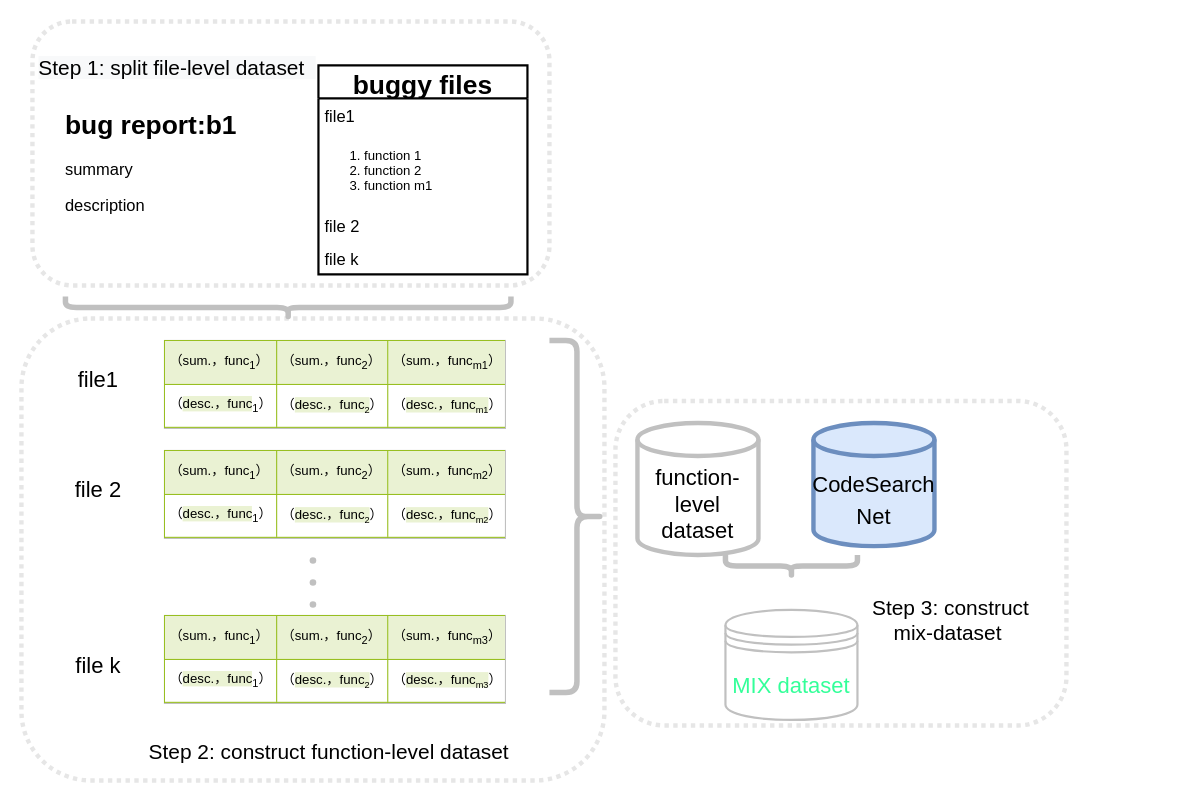
Earlier version of the draw.io diagram 小论文MIX数据集构造策略.drawio (hangdj/BERT-PLI-IJCAI2020). Source tidied: cells renumbered, new cells numbered last; positions are measured from the earlier drawing's top-left corner, leaving out a move shared by most shapes. Both pictures are drawn from the tidied source at 110%, with x=0, y=0 at pixel (21, 21).
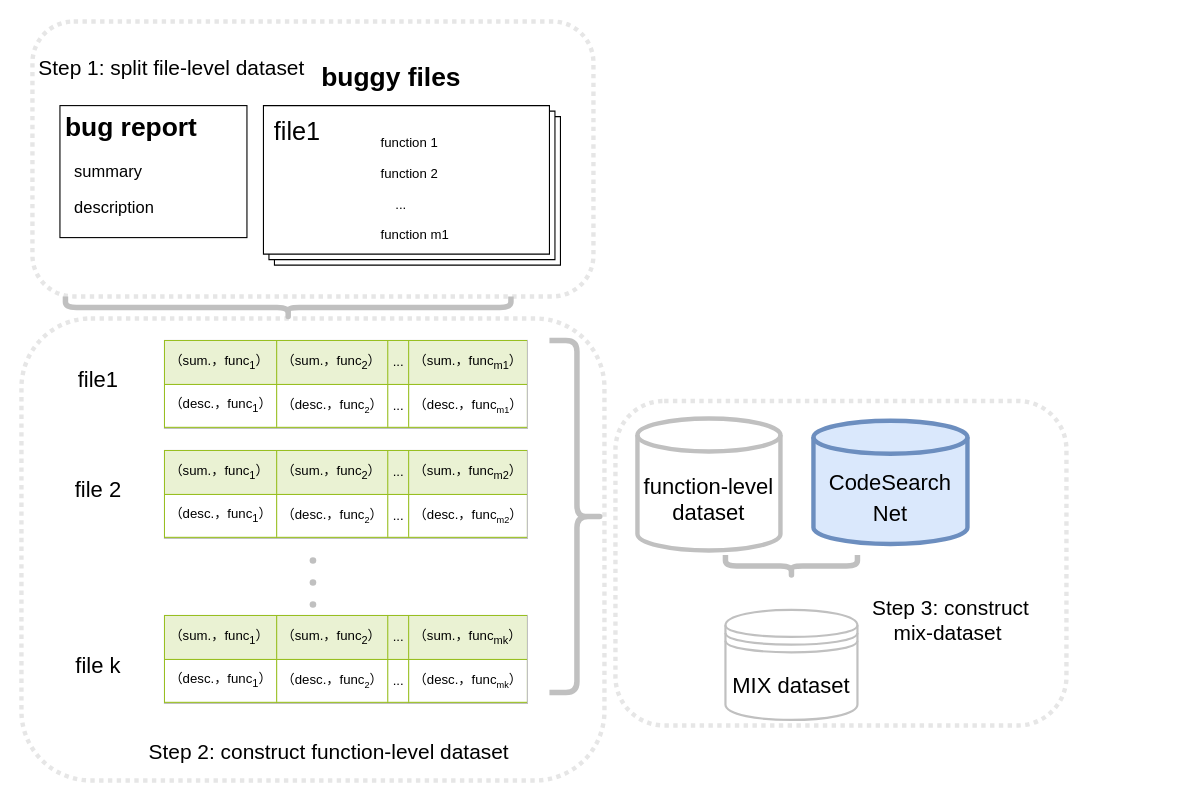
The same diagram, later.

Commit message:
Update 小论文MIX数据集构造策略.drawio

The edit, as a diff of the source:
```diff
@@
     <mxCell id="4" style="rounded=1;whiteSpace=wrap;html=1;fontSize=19;strokeWidth=4;dashed=1;dashPattern=1 1;strokeColor=#E6E6E6;" parent="1" vertex="1">
-      <mxGeometry x="10" width="470" height="240" as="geometry" />
+      <mxGeometry x="10" width="510" height="250" as="geometry" />
     </mxCell>
-    <mxCell id="5" value="&lt;h1&gt;bug report:b1&lt;/h1&gt;&lt;p style=&quot;font-size: 15px&quot;&gt;&lt;font style=&quot;font-size: 15px&quot;&gt;summary&lt;/font&gt;&lt;/p&gt;&lt;p style=&quot;font-size: 15px&quot;&gt;&lt;font style=&quot;font-size: 15px&quot;&gt;description&lt;/font&gt;&lt;/p&gt;" style="text;html=1;strokeColor=none;fillColor=none;spacing=5;spacingTop=-20;whiteSpace=wrap;overflow=hidden;rounded=0;" parent="1" vertex="1">
-      <mxGeometry x="35" y="75" width="170" height="120" as="geometry" />
+    <mxCell id="5" value="&lt;h1&gt;bug report&lt;/h1&gt;&lt;p style=&quot;font-size: 15px&quot;&gt;&lt;font style=&quot;font-size: 15px&quot;&gt;&amp;nbsp; summary&lt;/font&gt;&lt;/p&gt;&lt;p style=&quot;font-size: 15px&quot;&gt;&lt;font style=&quot;font-size: 15px&quot;&gt;&amp;nbsp; description&lt;/font&gt;&lt;/p&gt;" style="text;html=1;strokeColor=default;fillColor=none;spacing=5;spacingTop=-20;whiteSpace=wrap;overflow=hidden;rounded=0;" parent="1" vertex="1">
+      <mxGeometry x="35" y="76.5" width="170" height="120" as="geometry" />
     </mxCell>
-    <mxCell id="6" value="buggy files" style="swimlane;fontStyle=1;horizontal=1;startSize=30;fontSize=24;strokeWidth=2;" parent="1" vertex="1">
-      <mxGeometry x="270" y="40" width="190" height="190" as="geometry" />
-    </mxCell>
-    <mxCell id="7" value="file1" style="text;strokeColor=none;fillColor=none;align=left;verticalAlign=middle;spacingLeft=4;spacingRight=4;overflow=hidden;fontSize=15;" parent="6" vertex="1">
-      <mxGeometry y="30" width="190" height="30" as="geometry" />
-    </mxCell>
-    <mxCell id="8" value="&lt;ol&gt;&lt;li&gt;function 1&lt;/li&gt;&lt;li&gt;&lt;span&gt;function 2&lt;/span&gt;&lt;br&gt;&lt;/li&gt;&lt;li&gt;&lt;span&gt;function m1&lt;/span&gt;&lt;br&gt;&lt;/li&gt;&lt;/ol&gt;" style="text;strokeColor=none;fillColor=none;html=1;whiteSpace=wrap;verticalAlign=middle;overflow=hidden;rounded=0;fontFamily=Helvetica;fontSize=12;fontColor=default;" parent="6" vertex="1">
-      <mxGeometry y="60" width="190" height="70" as="geometry" />
-    </mxCell>
-    <mxCell id="9" value="file 2" style="text;strokeColor=none;fillColor=none;align=left;verticalAlign=middle;spacingLeft=4;spacingRight=4;overflow=hidden;fontSize=15;" parent="6" vertex="1">
-      <mxGeometry y="130" width="190" height="30" as="geometry" />
-    </mxCell>
-    <mxCell id="10" value="file k" style="text;strokeColor=none;fillColor=none;align=left;verticalAlign=middle;spacingLeft=4;spacingRight=4;overflow=hidden;fontSize=15;" parent="6" vertex="1">
-      <mxGeometry y="160" width="190" height="30" as="geometry" />
-    </mxCell>
-    <mxCell id="11" value="&lt;table border=&quot;1&quot; width=&quot;100%&quot; cellpadding=&quot;4&quot; style=&quot;width: 100% ; height: 100% ; border-collapse: collapse&quot;&gt;&lt;tbody&gt;&lt;tr style=&quot;background-color: #eaf2d3 ; border: 1px solid #98bf21&quot;&gt;&lt;td&gt;（sum.，func&lt;sub&gt;1&lt;/sub&gt;）&lt;/td&gt;&lt;td&gt;（sum.，func&lt;sub&gt;2&lt;/sub&gt;）&lt;br&gt;&lt;/td&gt;&lt;td&gt;（sum.，func&lt;sub&gt;m1&lt;/sub&gt;）&lt;br&gt;&lt;/td&gt;&lt;/tr&gt;&lt;tr style=&quot;border: 1px solid #98bf21&quot;&gt;&lt;td&gt;（&lt;span style=&quot;background-color: rgb(234 , 242 , 211)&quot;&gt;desc.，func&lt;/span&gt;&lt;sub&gt;1&lt;/sub&gt;）&lt;/td&gt;&lt;td&gt;（&lt;span style=&quot;background-color: rgb(234 , 242 , 211)&quot;&gt;desc.，func&lt;span style=&quot;font-size: 10px&quot;&gt;&lt;sub&gt;2&lt;/sub&gt;&lt;/span&gt;&lt;/span&gt;）&lt;br&gt;&lt;/td&gt;&lt;td&gt;（&lt;span style=&quot;background-color: rgb(234 , 242 , 211)&quot;&gt;desc.，func&lt;span style=&quot;font-size: 10px&quot;&gt;&lt;sub&gt;m1&lt;/sub&gt;&lt;/span&gt;&lt;/span&gt;）&lt;br&gt;&lt;/td&gt;&lt;/tr&gt;&lt;/tbody&gt;&lt;/table&gt;" style="text;html=1;strokeColor=#c0c0c0;fillColor=#ffffff;overflow=fill;rounded=0;flipV=0;flipH=1;" parent="1" vertex="1">
-      <mxGeometry x="130" y="290" width="310" height="80" as="geometry" />
+    <mxCell id="11" value="&lt;table border=&quot;1&quot; width=&quot;100%&quot; cellpadding=&quot;4&quot; style=&quot;width: 100% ; height: 100% ; border-collapse: collapse&quot;&gt;&lt;tbody&gt;&lt;tr style=&quot;background-color: #eaf2d3 ; border: 1px solid #98bf21&quot;&gt;&lt;td&gt;（sum.，func&lt;sub&gt;1&lt;/sub&gt;）&lt;/td&gt;&lt;td&gt;（sum.，func&lt;sub&gt;2&lt;/sub&gt;）&lt;br&gt;&lt;/td&gt;&lt;td&gt;...&lt;/td&gt;&lt;td&gt;（sum.，func&lt;sub&gt;m1&lt;/sub&gt;）&lt;br&gt;&lt;/td&gt;&lt;/tr&gt;&lt;tr style=&quot;border: 1px solid #98bf21&quot;&gt;&lt;td&gt;（desc.，func&lt;sub&gt;1&lt;/sub&gt;）&lt;/td&gt;&lt;td&gt;（desc.，func&lt;span style=&quot;font-size: 10px&quot;&gt;&lt;sub&gt;2&lt;/sub&gt;&lt;/span&gt;）&lt;br&gt;&lt;/td&gt;&lt;td&gt;...&lt;br&gt;&lt;/td&gt;&lt;td&gt;（desc.，func&lt;span style=&quot;font-size: 10px&quot;&gt;&lt;sub&gt;m1&lt;/sub&gt;&lt;/span&gt;）&lt;br&gt;&lt;/td&gt;&lt;/tr&gt;&lt;/tbody&gt;&lt;/table&gt;" style="text;html=1;strokeColor=#c0c0c0;fillColor=#ffffff;overflow=fill;rounded=0;flipV=0;flipH=1;" parent="1" vertex="1">
+      <mxGeometry x="130" y="290" width="330" height="80" as="geometry" />
     </mxCell>
@@
     <mxCell id="20" value="&lt;font style=&quot;font-size: 20px&quot;&gt;function-level dataset&lt;/font&gt;" style="shape=cylinder3;whiteSpace=wrap;html=1;boundedLbl=1;backgroundOutline=1;size=15;rounded=0;fontFamily=Helvetica;fontSize=12;fontColor=default;strokeColor=#c0c0c0;strokeWidth=4;fillColor=#ffffff;gradientColor=none;" parent="1" vertex="1">
-      <mxGeometry x="560" y="365" width="110" height="120" as="geometry" />
+      <mxGeometry x="560" y="361" width="130" height="120" as="geometry" />
     </mxCell>
     <mxCell id="21" value="&lt;font style=&quot;font-size: 20px&quot;&gt;CodeSearch&lt;br&gt;Net&lt;/font&gt;" style="shape=cylinder3;whiteSpace=wrap;html=1;boundedLbl=1;backgroundOutline=1;size=15;rounded=0;fontFamily=Helvetica;fontSize=24;strokeColor=#6c8ebf;strokeWidth=4;fillColor=#dae8fc;" parent="1" vertex="1">
-      <mxGeometry x="720" y="365" width="110" height="112" as="geometry" />
+      <mxGeometry x="720" y="363" width="140" height="112" as="geometry" />
     </mxCell>
@@
-    <mxCell id="23" value="&lt;font color=&quot;#33ff99&quot; style=&quot;font-size: 20px&quot;&gt;MIX dataset&lt;/font&gt;" style="shape=datastore;whiteSpace=wrap;html=1;rounded=0;fontFamily=Helvetica;fontSize=13;fontColor=default;strokeColor=#c0c0c0;strokeWidth=2;fillColor=#ffffff;gradientColor=none;" parent="1" vertex="1">
+    <mxCell id="23" value="&lt;font style=&quot;font-size: 20px&quot;&gt;MIX dataset&lt;/font&gt;" style="shape=datastore;whiteSpace=wrap;html=1;rounded=0;fontFamily=Helvetica;fontSize=13;fontColor=default;strokeColor=#c0c0c0;strokeWidth=2;fillColor=#ffffff;gradientColor=none;" parent="1" vertex="1">
       <mxGeometry x="640" y="535" width="120" height="100" as="geometry" />
     </mxCell>
-    <mxCell id="24" value="&lt;table border=&quot;1&quot; width=&quot;100%&quot; cellpadding=&quot;4&quot; style=&quot;width: 100% ; height: 100% ; border-collapse: collapse&quot;&gt;&lt;tbody&gt;&lt;tr style=&quot;background-color: #eaf2d3 ; border: 1px solid #98bf21&quot;&gt;&lt;td&gt;（sum.，func&lt;sub&gt;1&lt;/sub&gt;）&lt;/td&gt;&lt;td&gt;（sum.，func&lt;sub&gt;2&lt;/sub&gt;）&lt;br&gt;&lt;/td&gt;&lt;td&gt;（sum.，func&lt;sub&gt;m2&lt;/sub&gt;）&lt;br&gt;&lt;/td&gt;&lt;/tr&gt;&lt;tr style=&quot;border: 1px solid #98bf21&quot;&gt;&lt;td&gt;（&lt;span style=&quot;background-color: rgb(234 , 242 , 211)&quot;&gt;desc.，func&lt;/span&gt;&lt;sub&gt;1&lt;/sub&gt;）&lt;/td&gt;&lt;td&gt;（&lt;span style=&quot;background-color: rgb(234 , 242 , 211)&quot;&gt;desc.，func&lt;span style=&quot;font-size: 10px&quot;&gt;&lt;sub&gt;2&lt;/sub&gt;&lt;/span&gt;&lt;/span&gt;）&lt;br&gt;&lt;/td&gt;&lt;td&gt;（&lt;span style=&quot;background-color: rgb(234 , 242 , 211)&quot;&gt;desc.，func&lt;span style=&quot;font-size: 10px&quot;&gt;&lt;sub&gt;m2&lt;/sub&gt;&lt;/span&gt;&lt;/span&gt;）&lt;br&gt;&lt;/td&gt;&lt;/tr&gt;&lt;/tbody&gt;&lt;/table&gt;" style="text;html=1;strokeColor=#c0c0c0;fillColor=#ffffff;overflow=fill;rounded=0;flipV=0;flipH=1;" parent="1" vertex="1">
-      <mxGeometry x="130" y="390" width="310" height="80" as="geometry" />
+    <mxCell id="24" value="&lt;table border=&quot;1&quot; width=&quot;100%&quot; cellpadding=&quot;4&quot; style=&quot;width: 100% ; height: 100% ; border-collapse: collapse&quot;&gt;&lt;tbody&gt;&lt;tr style=&quot;background-color: #eaf2d3 ; border: 1px solid #98bf21&quot;&gt;&lt;td&gt;（sum.，func&lt;sub&gt;1&lt;/sub&gt;）&lt;/td&gt;&lt;td&gt;（sum.，func&lt;sub&gt;2&lt;/sub&gt;）&lt;br&gt;&lt;/td&gt;&lt;td&gt;...&lt;/td&gt;&lt;td&gt;（sum.，func&lt;sub&gt;m2&lt;/sub&gt;）&lt;br&gt;&lt;/td&gt;&lt;/tr&gt;&lt;tr style=&quot;border: 1px solid #98bf21&quot;&gt;&lt;td&gt;（desc.，func&lt;sub&gt;1&lt;/sub&gt;）&lt;/td&gt;&lt;td&gt;（desc.，func&lt;span style=&quot;font-size: 10px&quot;&gt;&lt;sub&gt;2&lt;/sub&gt;&lt;/span&gt;）&lt;br&gt;&lt;/td&gt;&lt;td&gt;...&lt;br&gt;&lt;/td&gt;&lt;td&gt;（desc.，func&lt;span style=&quot;font-size: 10px&quot;&gt;&lt;sub&gt;m2&lt;/sub&gt;&lt;/span&gt;）&lt;br&gt;&lt;/td&gt;&lt;/tr&gt;&lt;/tbody&gt;&lt;/table&gt;" style="text;html=1;strokeColor=#c0c0c0;fillColor=#ffffff;overflow=fill;rounded=0;flipV=0;flipH=1;" parent="1" vertex="1">
+      <mxGeometry x="130" y="390" width="330" height="80" as="geometry" />
     </mxCell>
-    <mxCell id="25" value="&lt;table border=&quot;1&quot; width=&quot;100%&quot; cellpadding=&quot;4&quot; style=&quot;width: 100% ; height: 100% ; border-collapse: collapse&quot;&gt;&lt;tbody&gt;&lt;tr style=&quot;background-color: #eaf2d3 ; border: 1px solid #98bf21&quot;&gt;&lt;td&gt;（sum.，func&lt;sub&gt;1&lt;/sub&gt;）&lt;/td&gt;&lt;td&gt;（sum.，func&lt;sub&gt;2&lt;/sub&gt;）&lt;br&gt;&lt;/td&gt;&lt;td&gt;（sum.，func&lt;sub&gt;m3&lt;/sub&gt;）&lt;br&gt;&lt;/td&gt;&lt;/tr&gt;&lt;tr style=&quot;border: 1px solid #98bf21&quot;&gt;&lt;td&gt;（&lt;span style=&quot;background-color: rgb(234 , 242 , 211)&quot;&gt;desc.，func&lt;/span&gt;&lt;sub&gt;1&lt;/sub&gt;）&lt;/td&gt;&lt;td&gt;（&lt;span style=&quot;background-color: rgb(234 , 242 , 211)&quot;&gt;desc.，func&lt;span style=&quot;font-size: 10px&quot;&gt;&lt;sub&gt;2&lt;/sub&gt;&lt;/span&gt;&lt;/span&gt;）&lt;br&gt;&lt;/td&gt;&lt;td&gt;（&lt;span style=&quot;background-color: rgb(234 , 242 , 211)&quot;&gt;desc.，func&lt;span style=&quot;font-size: 10px&quot;&gt;&lt;sub&gt;m3&lt;/sub&gt;&lt;/span&gt;&lt;/span&gt;）&lt;br&gt;&lt;/td&gt;&lt;/tr&gt;&lt;/tbody&gt;&lt;/table&gt;" style="text;html=1;strokeColor=#c0c0c0;fillColor=#ffffff;overflow=fill;rounded=0;flipV=0;flipH=1;" parent="1" vertex="1">
-      <mxGeometry x="130" y="540" width="310" height="80" as="geometry" />
+    <mxCell id="25" value="&lt;table border=&quot;1&quot; width=&quot;100%&quot; cellpadding=&quot;4&quot; style=&quot;width: 100% ; height: 100% ; border-collapse: collapse&quot;&gt;&lt;tbody&gt;&lt;tr style=&quot;background-color: #eaf2d3 ; border: 1px solid #98bf21&quot;&gt;&lt;td&gt;（sum.，func&lt;sub&gt;1&lt;/sub&gt;）&lt;/td&gt;&lt;td&gt;（sum.，func&lt;sub&gt;2&lt;/sub&gt;）&lt;br&gt;&lt;/td&gt;&lt;td&gt;...&lt;br&gt;&lt;/td&gt;&lt;td&gt;（sum.，func&lt;sub&gt;mk&lt;/sub&gt;）&lt;br&gt;&lt;/td&gt;&lt;/tr&gt;&lt;tr style=&quot;border: 1px solid #98bf21&quot;&gt;&lt;td&gt;（desc.，func&lt;sub&gt;1&lt;/sub&gt;）&lt;/td&gt;&lt;td&gt;（desc.，func&lt;span style=&quot;font-size: 10px&quot;&gt;&lt;sub&gt;2&lt;/sub&gt;&lt;/span&gt;）&lt;br&gt;&lt;/td&gt;&lt;td&gt;...&lt;br&gt;&lt;/td&gt;&lt;td&gt;（desc.，func&lt;span style=&quot;font-size: 10px&quot;&gt;&lt;sub&gt;mk&lt;/sub&gt;&lt;/span&gt;）&lt;br&gt;&lt;/td&gt;&lt;/tr&gt;&lt;/tbody&gt;&lt;/table&gt;" style="text;html=1;strokeColor=#c0c0c0;fillColor=#ffffff;overflow=fill;rounded=0;flipV=0;flipH=1;" parent="1" vertex="1">
+      <mxGeometry x="130" y="540" width="330" height="80" as="geometry" />
     </mxCell>
@@
-    <mxCell id="28" value="&lt;span style=&quot;color: rgb(0 , 0 , 0) ; font-family: &amp;#34;helvetica&amp;#34; ; font-size: 19px ; font-style: normal ; font-weight: 400 ; letter-spacing: normal ; text-align: center ; text-indent: 0px ; text-transform: none ; word-spacing: 0px ; background-color: rgb(248 , 249 , 250) ; display: inline ; float: none&quot;&gt;Step 1: split file-level dataset&amp;nbsp;&amp;nbsp;&lt;/span&gt;" style="text;html=1;strokeColor=none;fillColor=none;align=center;verticalAlign=middle;whiteSpace=wrap;rounded=0;dashed=1;dashPattern=1 1;fontSize=19;" parent="1" vertex="1">
+    <mxCell id="28" value="&lt;span style=&quot;color: rgb(0, 0, 0); font-family: helvetica; font-size: 19px; font-style: normal; font-weight: 400; letter-spacing: normal; text-align: center; text-indent: 0px; text-transform: none; word-spacing: 0px; display: inline; float: none;&quot;&gt;Step 1: split file-level dataset&amp;nbsp;&amp;nbsp;&lt;/span&gt;" style="text;html=1;strokeColor=none;fillColor=none;align=center;verticalAlign=middle;whiteSpace=wrap;rounded=0;dashed=1;dashPattern=1 1;fontSize=19;labelBackgroundColor=none;" parent="1" vertex="1">
       <mxGeometry x="10" y="27.5" width="263.8" height="30" as="geometry" />
     </mxCell>
+    <mxCell id="29" style="verticalLabelPosition=bottom;verticalAlign=top;html=1;shape=mxgraph.basic.layered_rect;dx=10;fontSize=23;fontColor=#000000;" parent="1" vertex="1">
+      <mxGeometry x="220" y="76.5" width="270" height="145" as="geometry" />
+    </mxCell>
+    <mxCell id="30" value="&lt;div style=&quot;text-align: left&quot;&gt;&lt;span style=&quot;font-size: 12px&quot;&gt;function 1&lt;/span&gt;&lt;br&gt;&lt;/div&gt;&lt;div style=&quot;text-align: left&quot;&gt;&lt;span style=&quot;font-size: 12px&quot;&gt;function 2&lt;/span&gt;&lt;/div&gt;&lt;div style=&quot;text-align: left&quot;&gt;&lt;span style=&quot;font-size: 12px&quot;&gt;&amp;nbsp; &amp;nbsp; ...&lt;/span&gt;&lt;/div&gt;&lt;div style=&quot;text-align: left&quot;&gt;&lt;span style=&quot;font-size: 12px&quot;&gt;function m1&lt;/span&gt;&lt;/div&gt;" style="text;html=1;strokeColor=none;fillColor=none;align=center;verticalAlign=middle;whiteSpace=wrap;rounded=0;fontSize=23;fontColor=#000000;" parent="1" vertex="1">
+      <mxGeometry x="268.2" y="134" width="180" height="30" as="geometry" />
+    </mxCell>
+    <mxCell id="7" value="file1" style="text;html=1;strokeColor=none;fillColor=none;align=center;verticalAlign=middle;whiteSpace=wrap;rounded=0;fontSize=23;fontColor=#000000;" parent="1" vertex="1">
+      <mxGeometry x="221.2" y="85" width="60" height="30" as="geometry" />
+    </mxCell>
+    <mxCell id="6" value="&lt;span style=&quot;color: rgb(0, 0, 0); font-family: helvetica; font-size: 24px; font-style: normal; font-weight: 700; letter-spacing: normal; text-align: center; text-indent: 0px; text-transform: none; word-spacing: 0px; display: inline; float: none;&quot;&gt;buggy files&lt;/span&gt;" style="text;whiteSpace=wrap;html=1;fontSize=23;fontColor=#000000;labelBackgroundColor=none;" parent="1" vertex="1">
+      <mxGeometry x="271.2" y="30" width="150" height="40" as="geometry" />
+    </mxCell>
```
